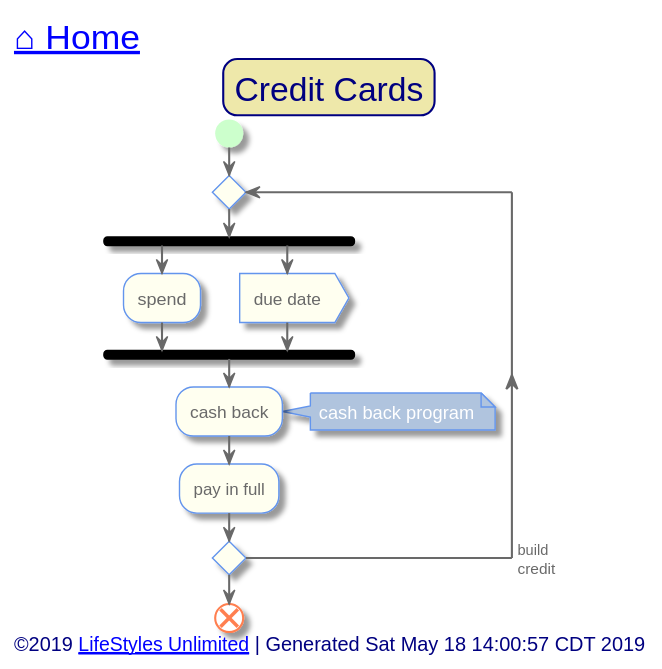
Earlier version of the PlantUML export out/src/unlimited-lifestyle/credit-cards.svg (toddmo/lifestylesunlimited).
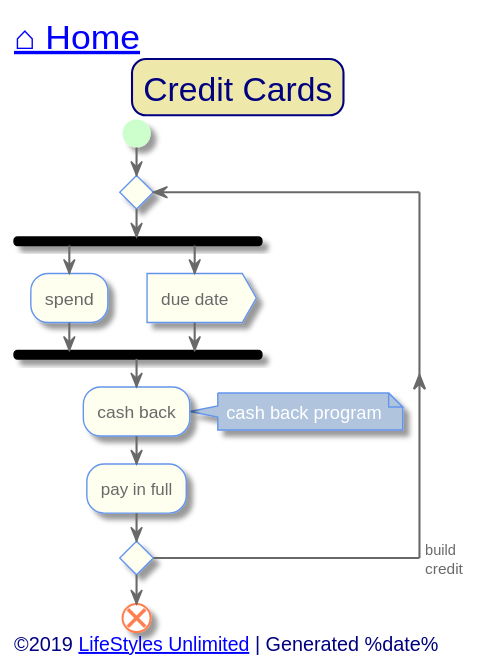
After the change.

The edit, as a diff of the source:
```diff
@@ -99,7 +99,7 @@
 
 
 left footer
-	<font size=14>©2019 [[http://www.lifestylesunlimited.com LifeStyles Unlimited]] | Generated Sat May 18 14:00:57 CDT 2019</font>
+	<font size=14>©2019 [[http://www.lifestylesunlimited.com LifeStyles Unlimited]] | Generated %date%</font>
 endfooter
 
 
```
